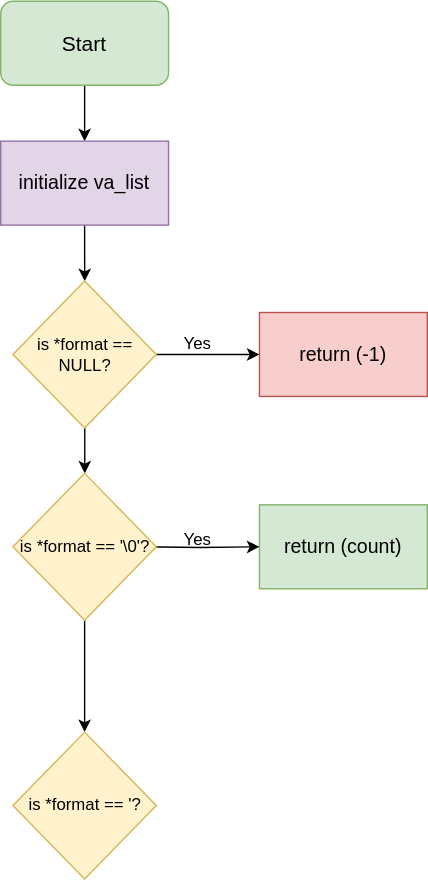
davehypercodes/printf keeps this draw.io diagram as printf.svg. Above is the earlier version. Source tidied: cells renumbered, new cells last; positions are measured from the earlier drawing's top-left corner, leaving out a move shared by most shapes.
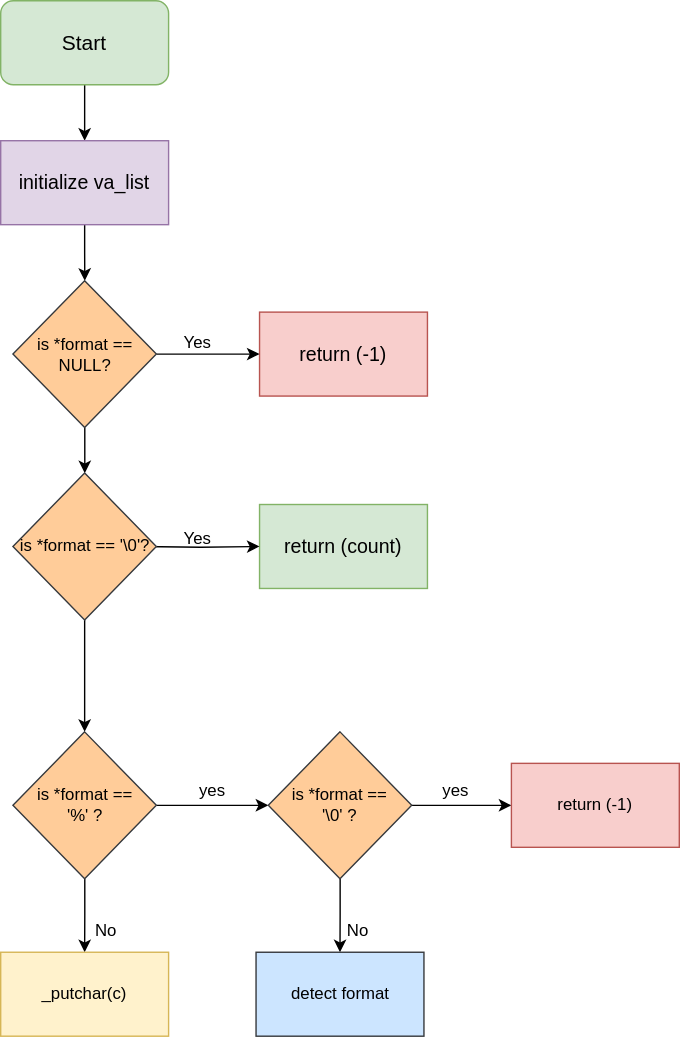
The same file after the commit.

The edit, as a diff of the source:
```diff
@@ -31,16 +31,22 @@
     <mxCell id="10" style="edgeStyle=orthogonalEdgeStyle;rounded=0;jettySize=auto;html=1;" parent="1" edge="1" source="11" target="13">
       <mxGeometry relative="1" as="geometry" />
     </mxCell>
-    <mxCell id="11" value="is *format == NULL?" style="rhombus;whiteSpace=wrap;html=1;fillColor=#fff2cc;strokeColor=#d6b656;" parent="1" vertex="1">
+    <mxCell id="11" value="is *format == NULL?" style="rhombus;whiteSpace=wrap;html=1;fillColor=#ffcc99;strokeColor=#36393d;" parent="1" vertex="1">
       <mxGeometry x="8.8" y="200" width="102.5" height="105" as="geometry" />
     </mxCell>
     <mxCell id="12" style="edgeStyle=orthogonalEdgeStyle;rounded=0;jettySize=auto;html=1;" parent="1" edge="1" source="13" target="14">
       <mxGeometry relative="1" as="geometry" />
     </mxCell>
-    <mxCell id="13" value="is *format == '\0'?" style="rhombus;whiteSpace=wrap;html=1;fillColor=#fff2cc;strokeColor=#d6b656;" parent="1" vertex="1">
+    <mxCell id="13" value="is *format == '\0'?" style="rhombus;whiteSpace=wrap;html=1;fillColor=#ffcc99;strokeColor=#36393d;" parent="1" vertex="1">
       <mxGeometry x="8.8" y="337.5" width="102.5" height="105" as="geometry" />
     </mxCell>
+    <mxCell id="17" style="edgeStyle=orthogonalEdgeStyle;rounded=0;jettySize=auto;html=1;" parent="1" edge="1" source="14" target="21">
+      <mxGeometry relative="1" as="geometry" />
+    </mxCell>
+    <mxCell id="18" style="edgeStyle=orthogonalEdgeStyle;rounded=0;jettySize=auto;html=1;" parent="1" edge="1" source="14" target="25">
+      <mxGeometry relative="1" as="geometry" />
+    </mxCell>
-    <mxCell id="14" value="is *format == '?" style="rhombus;whiteSpace=wrap;html=1;fillColor=#fff2cc;strokeColor=#d6b656;" parent="1" vertex="1">
+    <mxCell id="14" value="is *format == &lt;br&gt;'%' ?" style="rhombus;whiteSpace=wrap;html=1;fillColor=#ffcc99;strokeColor=#36393d;" parent="1" vertex="1">
       <mxGeometry x="8.8" y="522.5" width="102.5" height="105" as="geometry" />
     </mxCell>
     <mxCell id="15" value="Yes" style="text;html=1;align=center;verticalAlign=middle;whiteSpace=wrap;rounded=0;" parent="1" vertex="1">
@@ -49,5 +55,35 @@
     <mxCell id="16" value="Yes" style="text;html=1;align=center;verticalAlign=middle;whiteSpace=wrap;rounded=0;rotation=0;" parent="1" vertex="1">
       <mxGeometry x="111.2" y="230" width="60" height="30" as="geometry" />
     </mxCell>
+    <mxCell id="19" style="edgeStyle=orthogonalEdgeStyle;rounded=0;jettySize=auto;html=1;" parent="1" edge="1" source="21" target="22">
+      <mxGeometry relative="1" as="geometry" />
+    </mxCell>
+    <mxCell id="20" style="edgeStyle=orthogonalEdgeStyle;rounded=0;jettySize=auto;html=1;" parent="1" edge="1" source="21" target="27">
+      <mxGeometry relative="1" as="geometry" />
+    </mxCell>
+    <mxCell id="21" value="is *format == &lt;br&gt;'\0' ?" style="rhombus;whiteSpace=wrap;html=1;fillColor=#ffcc99;strokeColor=#36393d;" parent="1" vertex="1">
+      <mxGeometry x="191.2" y="522.5" width="102.5" height="105" as="geometry" />
+    </mxCell>
+    <mxCell id="22" value="return (-1)" style="whiteSpace=wrap;html=1;fillColor=#f8cecc;strokeColor=#b85450;" parent="1" vertex="1">
+      <mxGeometry x="365" y="545" width="120" height="60" as="geometry" />
+    </mxCell>
+    <mxCell id="23" value="yes" style="text;html=1;align=center;verticalAlign=middle;strokeColor=none;fillColor=none;" parent="1" vertex="1">
+      <mxGeometry x="131.2" y="550" width="40" height="30" as="geometry" />
+    </mxCell>
+    <mxCell id="24" value="yes" style="text;html=1;align=center;verticalAlign=middle;strokeColor=none;fillColor=none;" parent="1" vertex="1">
+      <mxGeometry x="305" y="550" width="40" height="30" as="geometry" />
+    </mxCell>
+    <mxCell id="25" value="_putchar(c)" style="whiteSpace=wrap;html=1;fillColor=#fff2cc;strokeColor=#d6b656;" parent="1" vertex="1">
+      <mxGeometry y="680" width="120" height="60" as="geometry" />
+    </mxCell>
+    <mxCell id="26" value="No" style="text;html=1;align=center;verticalAlign=middle;strokeColor=none;fillColor=none;" parent="1" vertex="1">
+      <mxGeometry x="55" y="650" width="40" height="30" as="geometry" />
+    </mxCell>
+    <mxCell id="27" value="detect format" style="whiteSpace=wrap;html=1;fillColor=#cce5ff;strokeColor=#36393d;" parent="1" vertex="1">
+      <mxGeometry x="182.5" y="680" width="120" height="60" as="geometry" />
+    </mxCell>
+    <mxCell id="28" value="No" style="text;html=1;align=center;verticalAlign=middle;strokeColor=none;fillColor=none;" parent="1" vertex="1">
+      <mxGeometry x="235" y="650" width="40" height="30" as="geometry" />
+    </mxCell>
   </root>
 </mxGraphModel>
```
